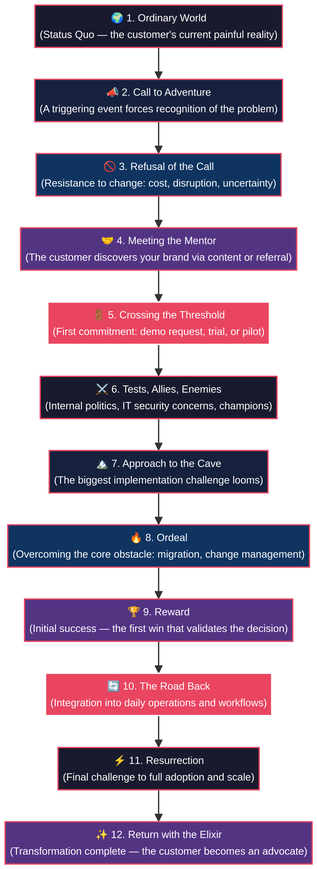
diShine-digital-agency/align-framework keeps this Mermaid diagram as assets/heros-journey-b2b.png. Above is the earlier version. Its source is kept beside it as assets/heros-journey-b2b.mmd.
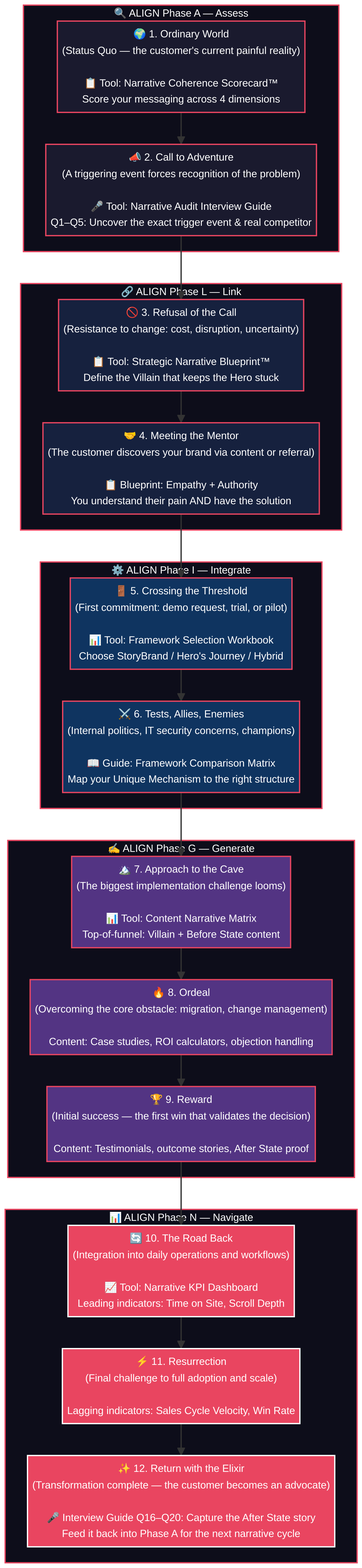
The same file after the commit.

Commit message:
Update all diagrams to reflect full v1.0.4 tool set (v1.0.5)

Change to the diagram source:
```diff
@@ -1,28 +1,47 @@
 flowchart TD
-    A["🌍 1. Ordinary World\n(Status Quo — the customer's current painful reality)"]
-    B["📣 2. Call to Adventure\n(A triggering event forces recognition of the problem)"]
-    C["🚫 3. Refusal of the Call\n(Resistance to change: cost, disruption, uncertainty)"]
-    D["🤝 4. Meeting the Mentor\n(The customer discovers your brand via content or referral)"]
-    E["🚪 5. Crossing the Threshold\n(First commitment: demo request, trial, or pilot)"]
-    F["⚔️ 6. Tests, Allies, Enemies\n(Internal politics, IT security concerns, champions)"]
-    G["🏔️ 7. Approach to the Cave\n(The biggest implementation challenge looms)"]
-    H["🔥 8. Ordeal\n(Overcoming the core obstacle: migration, change management)"]
-    I["🏆 9. Reward\n(Initial success — the first win that validates the decision)"]
-    J["🔄 10. The Road Back\n(Integration into daily operations and workflows)"]
-    K["⚡ 11. Resurrection\n(Final challenge to full adoption and scale)"]
-    L["✨ 12. Return with the Elixir\n(Transformation complete — the customer becomes an advocate)"]
+    subgraph ASSESS["🔍 ALIGN Phase A — Assess"]
+        A1["🌍 1. Ordinary World\n(Status Quo — the customer's current painful reality)\n\n📋 Tool: Narrative Coherence Scorecard™\nScore your messaging across 4 dimensions"]
+        A2["📣 2. Call to Adventure\n(A triggering event forces recognition of the problem)\n\n🎤 Tool: Narrative Audit Interview Guide\nQ1–Q5: Uncover the exact trigger event & real competitor"]
+    end
 
-    A --> B --> C --> D --> E --> F --> G --> H --> I --> J --> K --> L
+    subgraph LINK["🔗 ALIGN Phase L — Link"]
+        L1["🚫 3. Refusal of the Call\n(Resistance to change: cost, disruption, uncertainty)\n\n📋 Tool: Strategic Narrative Blueprint™\nDefine the Villain that keeps the Hero stuck"]
+        L2["🤝 4. Meeting the Mentor\n(The customer discovers your brand via content or referral)\n\n📋 Blueprint: Empathy + Authority\nYou understand their pain AND have the solution"]
+    end
 
-    style A fill:#1a1a2e,color:#fff,stroke:#e94560,stroke-width:2px
-    style B fill:#16213e,color:#fff,stroke:#e94560,stroke-width:2px
-    style C fill:#0f3460,color:#fff,stroke:#e94560,stroke-width:2px
-    style D fill:#533483,color:#fff,stroke:#e94560,stroke-width:2px
-    style E fill:#e94560,color:#fff,stroke:#fff,stroke-width:2px
-    style F fill:#1a1a2e,color:#fff,stroke:#e94560,stroke-width:2px
-    style G fill:#16213e,color:#fff,stroke:#e94560,stroke-width:2px
-    style H fill:#0f3460,color:#fff,stroke:#e94560,stroke-width:2px
-    style I fill:#533483,color:#fff,stroke:#e94560,stroke-width:2px
-    style J fill:#e94560,color:#fff,stroke:#fff,stroke-width:2px
-    style K fill:#1a1a2e,color:#fff,stroke:#e94560,stroke-width:2px
-    style L fill:#533483,color:#fff,stroke:#e94560,stroke-width:2px
+    subgraph INTEGRATE["⚙️ ALIGN Phase I — Integrate"]
+        I1["🚪 5. Crossing the Threshold\n(First commitment: demo request, trial, or pilot)\n\n📊 Tool: Framework Selection Workbook\nChoose StoryBrand / Hero's Journey / Hybrid"]
+        I2["⚔️ 6. Tests, Allies, Enemies\n(Internal politics, IT security concerns, champions)\n\n📖 Guide: Framework Comparison Matrix\nMap your Unique Mechanism to the right structure"]
+    end
+
+    subgraph GENERATE["✍️ ALIGN Phase G — Generate"]
+        G1["🏔️ 7. Approach to the Cave\n(The biggest implementation challenge looms)\n\n📊 Tool: Content Narrative Matrix\nTop-of-funnel: Villain + Before State content"]
+        G2["🔥 8. Ordeal\n(Overcoming the core obstacle: migration, change management)\n\nContent: Case studies, ROI calculators, objection handling"]
+        G3["🏆 9. Reward\n(Initial success — the first win that validates the decision)\n\nContent: Testimonials, outcome stories, After State proof"]
+    end
+
+    subgraph NAVIGATE["📊 ALIGN Phase N — Navigate"]
+        N1["🔄 10. The Road Back\n(Integration into daily operations and workflows)\n\n📈 Tool: Narrative KPI Dashboard\nLeading indicators: Time on Site, Scroll Depth"]
+        N2["⚡ 11. Resurrection\n(Final challenge to full adoption and scale)\n\nLagging indicators: Sales Cycle Velocity, Win Rate"]
+        N3["✨ 12. Return with the Elixir\n(Transformation complete — the customer becomes an advocate)\n\n🎤 Interview Guide Q16–Q20: Capture the After State story\nFeed it back into Phase A for the next narrative cycle"]
+    end
+
+    A1 --> A2 --> L1 --> L2 --> I1 --> I2 --> G1 --> G2 --> G3 --> N1 --> N2 --> N3
+
+    style A1 fill:#1a1a2e,color:#fff,stroke:#e94560,stroke-width:2px
+    style A2 fill:#1a1a2e,color:#fff,stroke:#e94560,stroke-width:2px
+    style L1 fill:#16213e,color:#fff,stroke:#e94560,stroke-width:2px
+    style L2 fill:#16213e,color:#fff,stroke:#e94560,stroke-width:2px
+    style I1 fill:#0f3460,color:#fff,stroke:#e94560,stroke-width:2px
+    style I2 fill:#0f3460,color:#fff,stroke:#e94560,stroke-width:2px
+    style G1 fill:#533483,color:#fff,stroke:#e94560,stroke-width:2px
+    style G2 fill:#533483,color:#fff,stroke:#e94560,stroke-width:2px
+    style G3 fill:#533483,color:#fff,stroke:#e94560,stroke-width:2px
+    style N1 fill:#e94560,color:#fff,stroke:#fff,stroke-width:2px
+    style N2 fill:#e94560,color:#fff,stroke:#fff,stroke-width:2px
+    style N3 fill:#e94560,color:#fff,stroke:#fff,stroke-width:2px
+    style ASSESS fill:#0d0d1a,color:#fff,stroke:#e94560,stroke-width:2px
+    style LINK fill:#0d0d1a,color:#fff,stroke:#e94560,stroke-width:2px
+    style INTEGRATE fill:#0d0d1a,color:#fff,stroke:#e94560,stroke-width:2px
+    style GENERATE fill:#0d0d1a,color:#fff,stroke:#e94560,stroke-width:2px
+    style NAVIGATE fill:#0d0d1a,color:#fff,stroke:#e94560,stroke-width:2px
```
